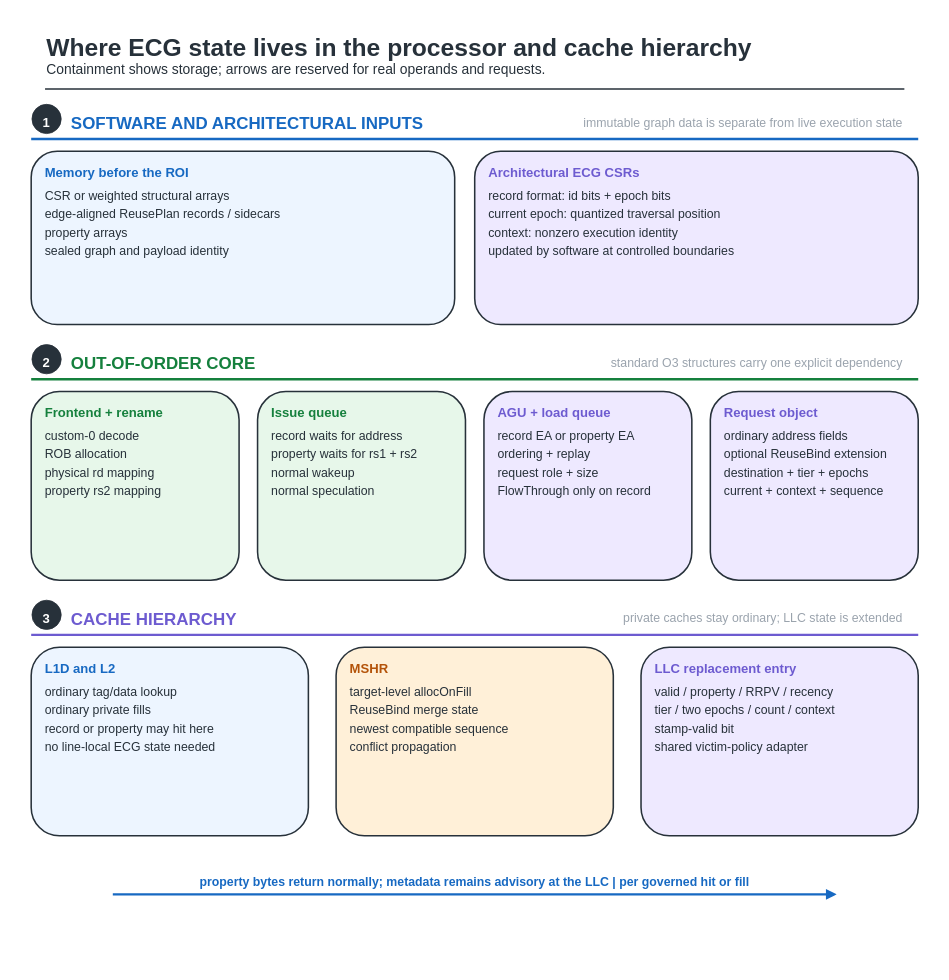
Above: fig/wiki_src/property-to-cache-walkthrough/property-to-cache-walkthrough-f02-architecture-state-map.drawio in UVA-LavaLab/ECG_GrAPL (draw.io), before the change. Source tidied: cells renumbered, new cells numbered last; positions are measured from the earlier drawing's top-left corner, leaving out a move shared by most shapes. Both pictures are drawn from the tidied source at 77%, with x=0, y=0 at pixel (12, 12).
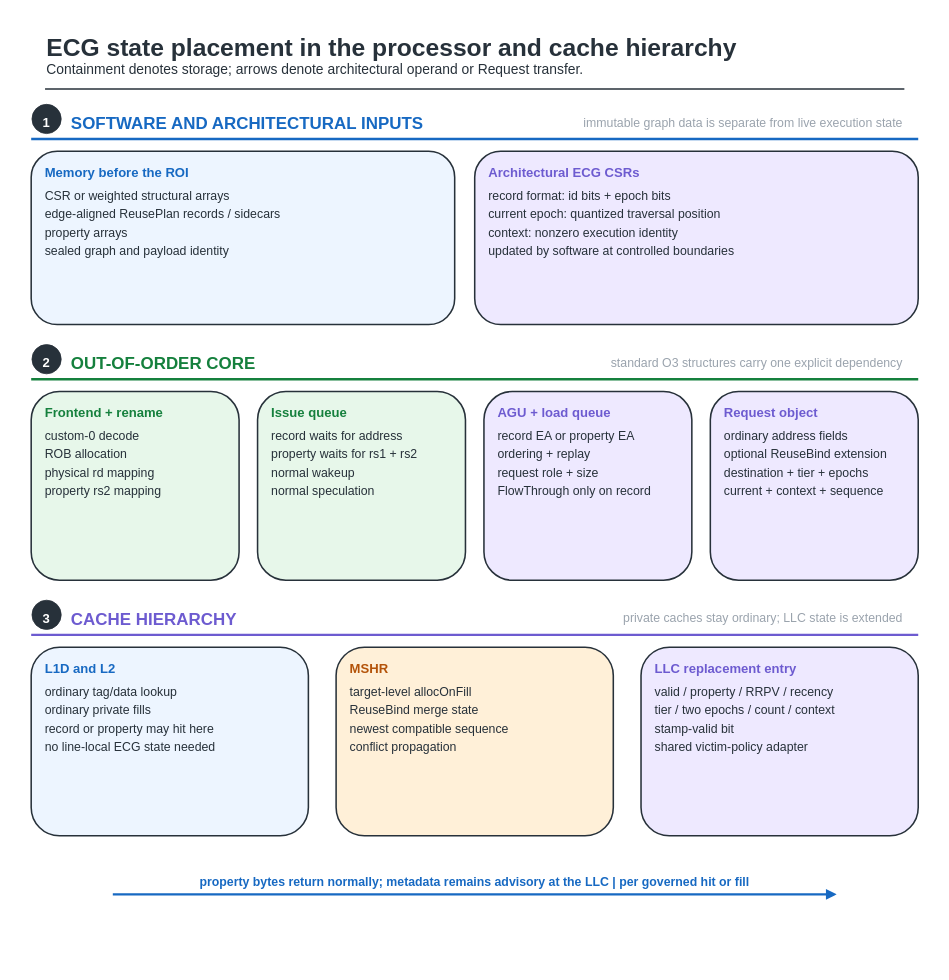
The same diagram, later.

What changed in the source:
```diff
@@
-    <mxCell id="3" value="Where ECG state lives in the processor and cache hierarchy" style="text;html=0;strokeColor=none;fillColor=none;align=left;verticalAlign=middle;fontFamily=Helvetica;fontSize=32;fontColor=#27313A;fontStyle=1;" parent="1" vertex="1">
-      <mxGeometry x="42" y="19.5" width="1057.9" height="44.8" as="geometry" />
+    <mxCell id="3" value="ECG state placement in the processor and cache hierarchy" style="text;html=0;strokeColor=none;fillColor=none;align=left;verticalAlign=middle;fontFamily=Helvetica;fontSize=32;fontColor=#27313A;fontStyle=1;" parent="1" vertex="1">
+      <mxGeometry x="42" y="19.5" width="1021.4" height="44.8" as="geometry" />
     </mxCell>
-    <mxCell id="4" value="Containment shows storage; arrows are reserved for real operands and requests." style="text;html=0;strokeColor=none;fillColor=none;align=left;verticalAlign=middle;fontFamily=Helvetica;fontSize=18;fontColor=#27313A;fontStyle=0;" parent="1" vertex="1">
-      <mxGeometry x="42" y="59.5" width="744.1" height="25.2" as="geometry" />
+    <mxCell id="4" value="Containment denotes storage; arrows denote architectural operand or Request transfer." style="text;html=0;strokeColor=none;fillColor=none;align=left;verticalAlign=middle;fontFamily=Helvetica;fontSize=18;fontColor=#27313A;fontStyle=0;" parent="1" vertex="1">
+      <mxGeometry x="42" y="59.5" width="810.9" height="25.2" as="geometry" />
     </mxCell>
```
